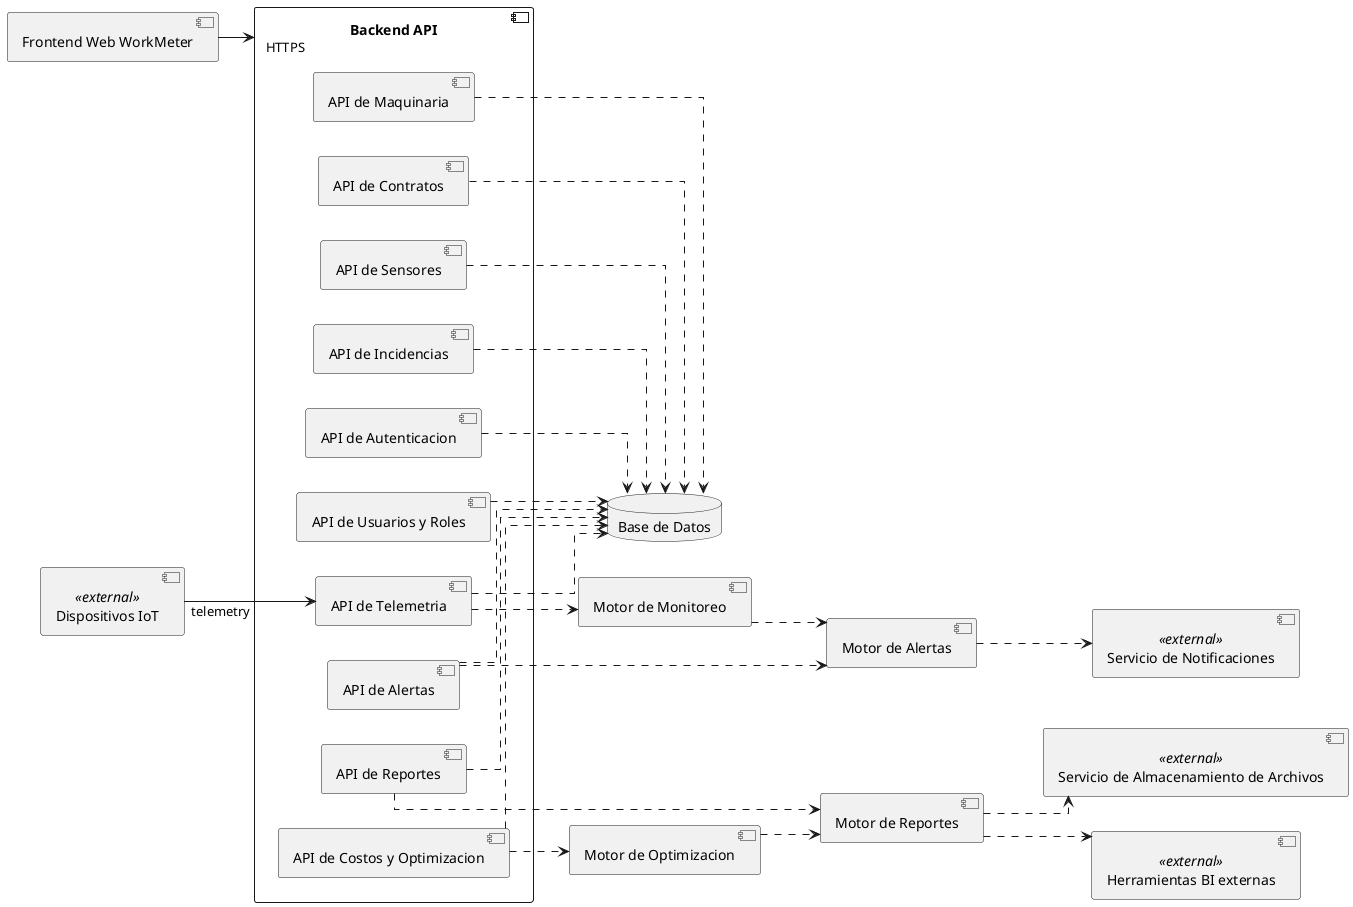
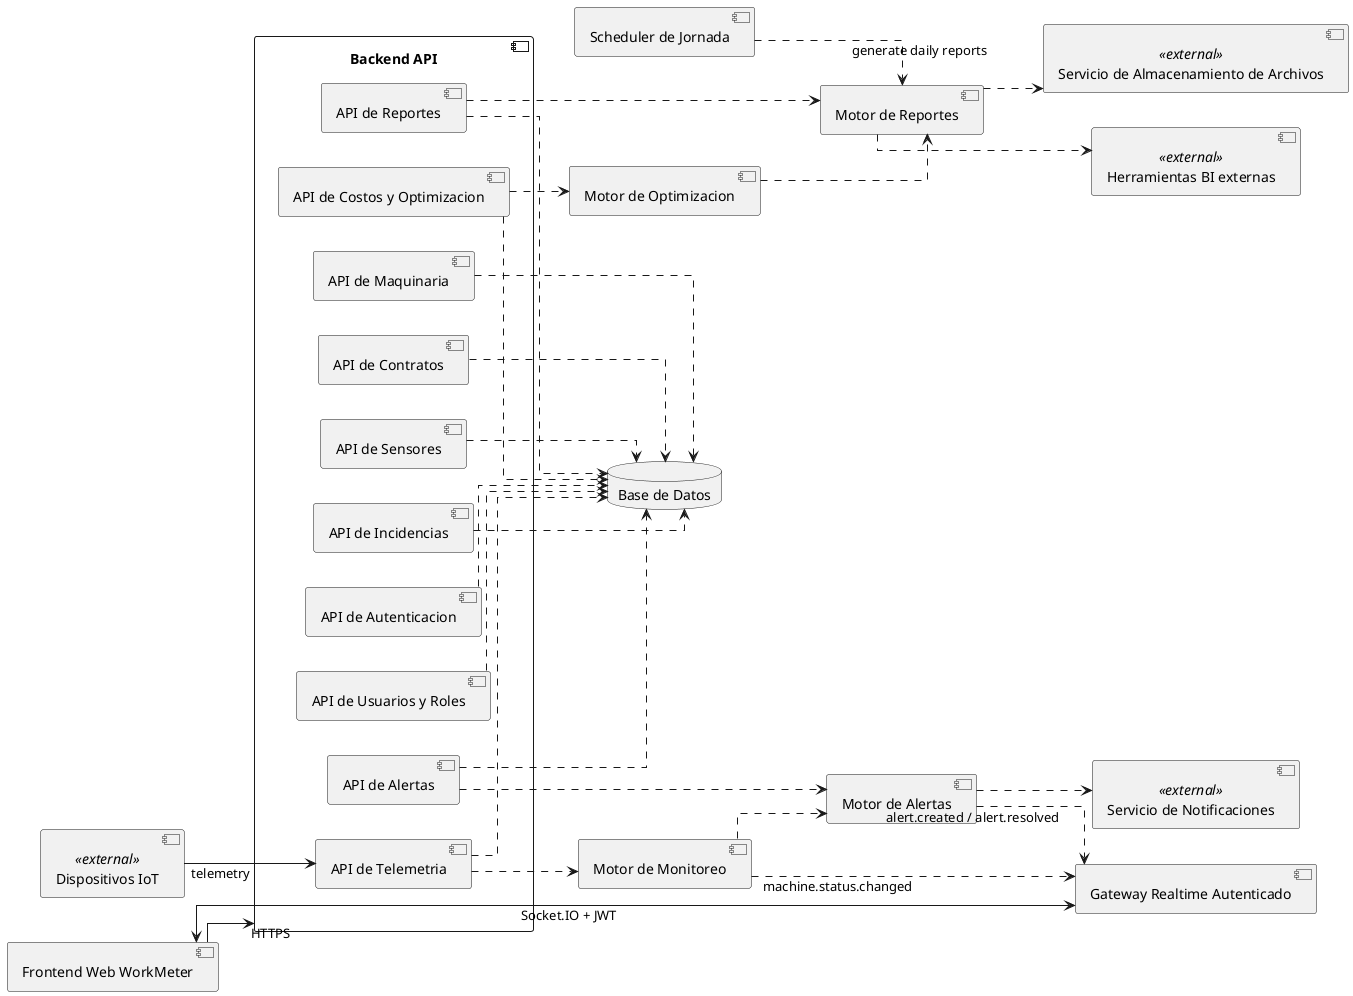
@startuml "Components: WorkMeter"
skinparam componentStyle uml2
skinparam linetype ortho
left to right direction

component "Frontend Web WorkMeter" as Frontend

component "Backend API" as Backend {
  component "API de Autenticacion" as AuthAPI
  component "API de Usuarios y Roles" as UsersAPI
  component "API de Maquinaria" as MachineryAPI
  component "API de Contratos" as ContractsAPI
  component "API de Sensores" as SensorsAPI
  component "API de Telemetria" as TelemetryAPI
  component "API de Alertas" as AlertsAPI
  component "API de Incidencias" as IncidentsAPI
  component "API de Reportes" as ReportsAPI
  component "API de Costos y Optimizacion" as CostsAPI
}

component "Motor de Monitoreo" as MonitoringEngine
component "Motor de Alertas" as AlertEngine
component "Motor de Reportes" as ReportsEngine
+ component "Scheduler de Jornada" as WorkdayScheduler
+ component "Gateway Realtime Autenticado" as RealtimeGateway
component "Motor de Optimizacion" as OptimizationEngine
database "Base de Datos" as Database
component "Dispositivos IoT" as IoT <<external>>
component "Servicio de Notificaciones" as Notifications <<external>>
component "Servicio de Almacenamiento de Archivos" as Storage <<external>>
component "Herramientas BI externas" as BI <<external>>

Frontend --> Backend : HTTPS
+ Frontend <--> RealtimeGateway : Socket.IO + JWT
IoT --> TelemetryAPI : telemetry

TelemetryAPI ..> MonitoringEngine
MonitoringEngine ..> AlertEngine
+ MonitoringEngine ..> RealtimeGateway : machine.status.changed
+ AlertEngine ..> RealtimeGateway : alert.created / alert.resolved
AlertsAPI ..> AlertEngine
ReportsAPI ..> ReportsEngine
+ WorkdayScheduler ..> ReportsEngine : generate daily reports
CostsAPI ..> OptimizationEngine

AuthAPI ..> Database
UsersAPI ..> Database
MachineryAPI ..> Database
ContractsAPI ..> Database
SensorsAPI ..> Database
TelemetryAPI ..> Database
AlertsAPI ..> Database
IncidentsAPI ..> Database
ReportsAPI ..> Database
CostsAPI ..> Database

AlertEngine ..> Notifications
ReportsEngine ..> Storage
ReportsEngine ..> BI
OptimizationEngine ..> ReportsEngine
@enduml
